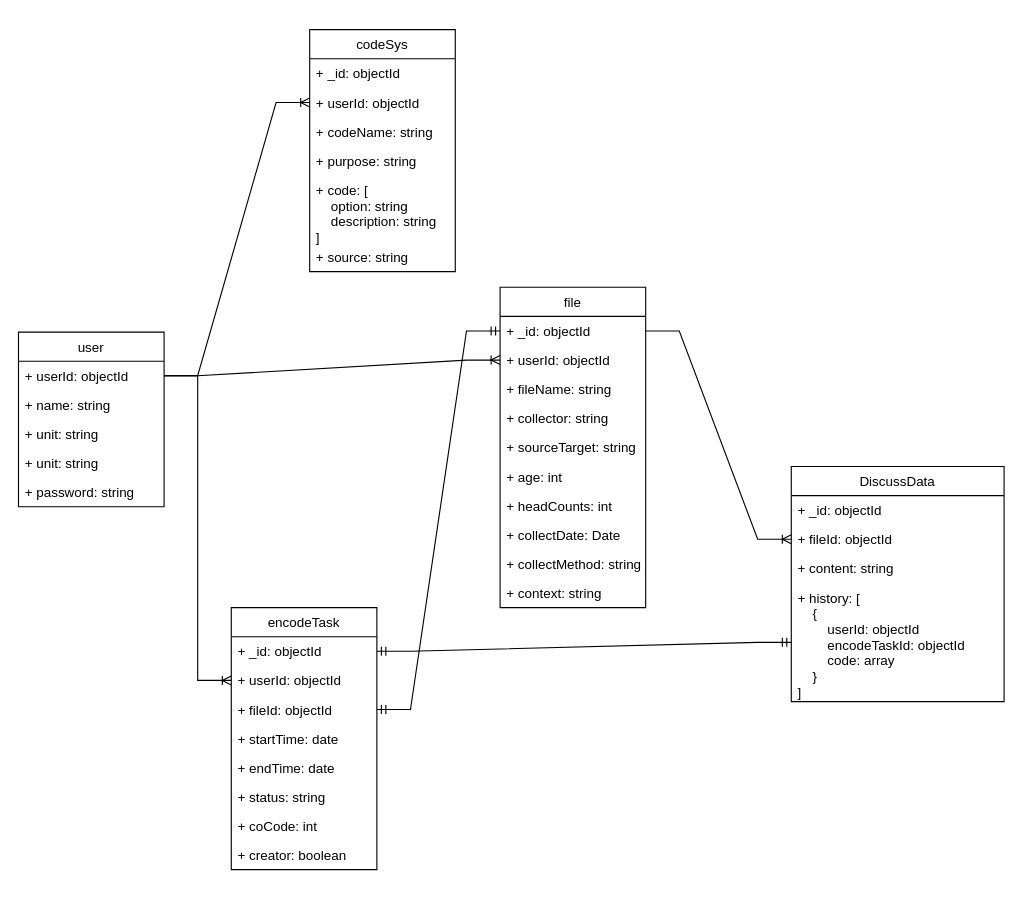
This is NLP.drawio from Zeng9898/argument-platform, a draw.io file, before an edit. Source tidied: cells renumbered, new cells numbered last; positions are measured from the earlier drawing's top-left corner, leaving out a move shared by most shapes. Both pictures are drawn from the tidied source at 112%, with x=0, y=0 at pixel (18, 29).
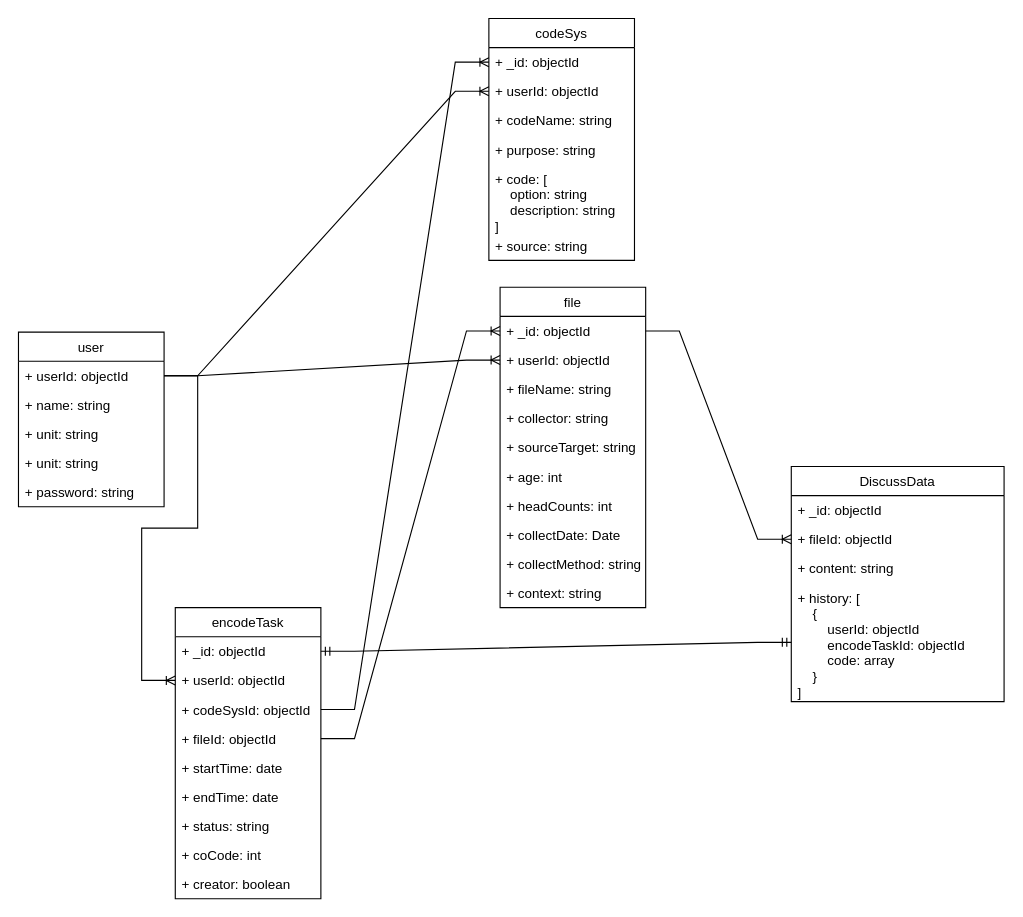
Above is the later version.

Unchanged cells that the change refers to:
```xml
<mxCell id="9" value="+ _id: objectId" style="text;strokeColor=none;fillColor=none;align=left;verticalAlign=top;spacingLeft=4;spacingRight=4;overflow=hidden;points=[[0,0.5],[1,0.5]];portConstraint=eastwest;" parent="8" vertex="1">
  <mxGeometry y="26" width="130" height="26" as="geometry" />
</mxCell>
<mxCell id="21" value="+ _id: objectId" style="text;strokeColor=none;fillColor=none;align=left;verticalAlign=top;spacingLeft=4;spacingRight=4;overflow=hidden;points=[[0,0.5],[1,0.5]];portConstraint=eastwest;" parent="20" vertex="1">
  <mxGeometry y="26" width="130" height="26" as="geometry" />
</mxCell>
```

What changed in the source:
```diff
@@
     <mxCell id="20" value="codeSys" style="swimlane;fontStyle=0;horizontal=1;startSize=26;fillColor=none;" parent="1" vertex="1">
-      <mxGeometry x="260" width="130" height="216" as="geometry" />
+      <mxGeometry x="420" y="-10" width="130" height="216" as="geometry" />
     </mxCell>
@@
     <mxCell id="28" value="encodeTask" style="swimlane;fontStyle=0;horizontal=1;startSize=26;fillColor=none;" parent="1" vertex="1">
-      <mxGeometry x="190" y="516" width="130" height="234" as="geometry" />
+      <mxGeometry x="140" y="516" width="130" height="260" as="geometry" />
     </mxCell>
@@
+    <mxCell id="46" value="+ codeSysId: objectId" style="text;strokeColor=none;fillColor=none;align=left;verticalAlign=top;spacingLeft=4;spacingRight=4;overflow=hidden;points=[[0,0.5],[1,0.5]];portConstraint=eastwest;" parent="28" vertex="1">
+      <mxGeometry y="78" width="130" height="26" as="geometry" />
+    </mxCell>
     <mxCell id="31" value="+ fileId: objectId" style="text;strokeColor=none;fillColor=none;align=left;verticalAlign=top;spacingLeft=4;spacingRight=4;overflow=hidden;points=[[0,0.5],[1,0.5]];portConstraint=eastwest;" parent="28" vertex="1">
-      <mxGeometry y="78" width="130" height="26" as="geometry" />
+      <mxGeometry y="104" width="130" height="26" as="geometry" />
     </mxCell>
     <mxCell id="32" value="+ startTime: date" style="text;strokeColor=none;fillColor=none;align=left;verticalAlign=top;spacingLeft=4;spacingRight=4;overflow=hidden;" parent="28" vertex="1">
-      <mxGeometry y="104" width="130" height="26" as="geometry" />
+      <mxGeometry y="130" width="130" height="26" as="geometry" />
     </mxCell>
     <mxCell id="33" value="+ endTime: date" style="text;strokeColor=none;fillColor=none;align=left;verticalAlign=top;spacingLeft=4;spacingRight=4;overflow=hidden;" parent="28" vertex="1">
-      <mxGeometry y="130" width="130" height="26" as="geometry" />
+      <mxGeometry y="156" width="130" height="26" as="geometry" />
     </mxCell>
     <mxCell id="34" value="+ status: string" style="text;strokeColor=none;fillColor=none;align=left;verticalAlign=top;spacingLeft=4;spacingRight=4;overflow=hidden;" parent="28" vertex="1">
-      <mxGeometry y="156" width="130" height="26" as="geometry" />
+      <mxGeometry y="182" width="130" height="26" as="geometry" />
     </mxCell>
     <mxCell id="35" value="+ coCode: int" style="text;strokeColor=none;fillColor=none;align=left;verticalAlign=top;spacingLeft=4;spacingRight=4;overflow=hidden;" parent="28" vertex="1">
-      <mxGeometry y="182" width="130" height="26" as="geometry" />
+      <mxGeometry y="208" width="130" height="26" as="geometry" />
     </mxCell>
     <mxCell id="36" value="+ creator: boolean" style="text;strokeColor=none;fillColor=none;align=left;verticalAlign=top;spacingLeft=4;spacingRight=4;overflow=hidden;" parent="28" vertex="1">
-      <mxGeometry y="208" width="130" height="26" as="geometry" />
+      <mxGeometry y="234" width="130" height="26" as="geometry" />
     </mxCell>
@@
-    <mxCell id="38" style="edgeStyle=entityRelationEdgeStyle;fontSize=12;html=1;endArrow=ERmandOne;startArrow=ERmandOne;rounded=0;exitX=1;exitY=0.5;exitDx=0;exitDy=0;entryX=0;entryY=0.5;entryDx=0;entryDy=0;" parent="1" edge="1" source="31" target="9">
-      <mxGeometry relative="1" as="geometry" />
-    </mxCell>
@@
+    <mxCell id="38" style="edgeStyle=entityRelationEdgeStyle;fontSize=12;html=1;endArrow=ERoneToMany;rounded=0;exitX=1;exitY=0.5;exitDx=0;exitDy=0;entryX=0;entryY=0.5;entryDx=0;entryDy=0;" parent="1" edge="1" source="31" target="9">
+      <mxGeometry relative="1" as="geometry" />
+    </mxCell>
+    <mxCell id="47" style="edgeStyle=entityRelationEdgeStyle;fontSize=12;html=1;endArrow=ERoneToMany;rounded=0;entryX=0;entryY=0.5;entryDx=0;entryDy=0;exitX=1;exitY=0.5;exitDx=0;exitDy=0;" parent="1" edge="1" source="46" target="21">
+      <mxGeometry relative="1" as="geometry" />
+    </mxCell>
```
